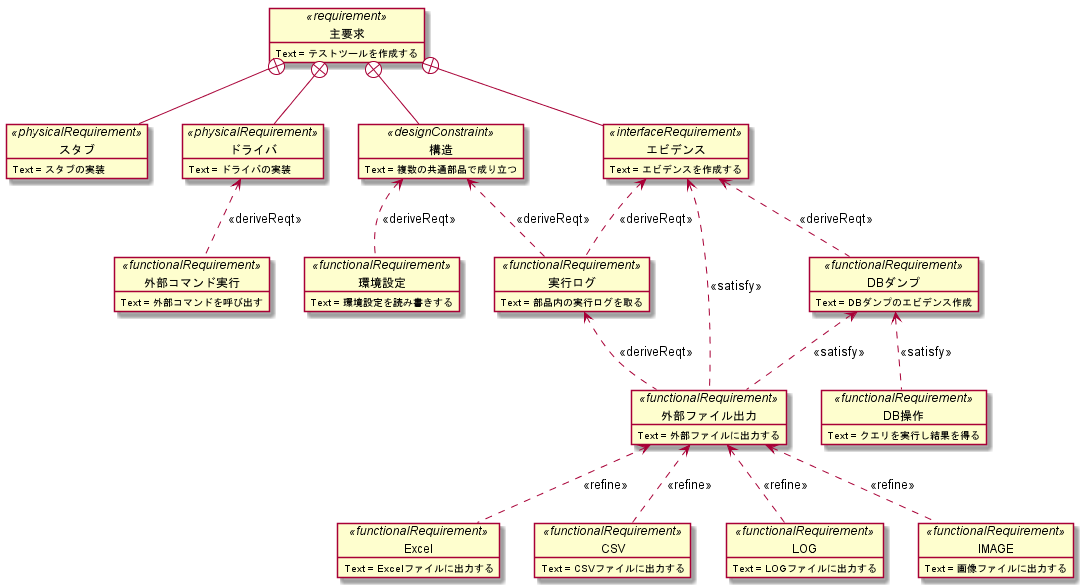
The PlantUML diagram doc/01_要件定義/img/要求図.png in hirorich/CommonTool, before a commit.
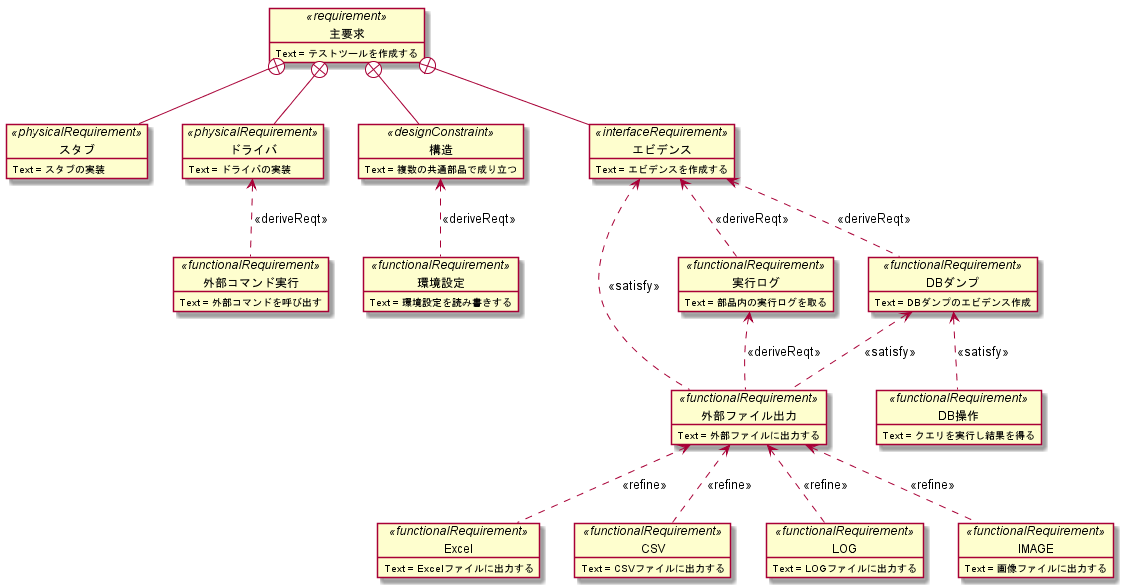
After the change.

Commit message:
部品内ログ出力廃止

What changed in the source:
```diff
@@ -29,15 +29,14 @@
 }
 構造 <.. 環境設定:<<deriveReqt>>
 
-object 実行ログ<<functionalRequirement>> {
-  Text = 部品内の実行ログを取る
-}
-構造 <.. 実行ログ:<<deriveReqt>>
-
 object エビデンス<<interfaceRequirement>> {
   Text = エビデンスを作成する
 }
 主要求 +-- エビデンス
+
+object 実行ログ<<functionalRequirement>> {
+  Text = 部品内の実行ログを取る
+}
 エビデンス <.. 実行ログ:<<deriveReqt>>
 
 object DBダンプ<<functionalRequirement>> {
```
